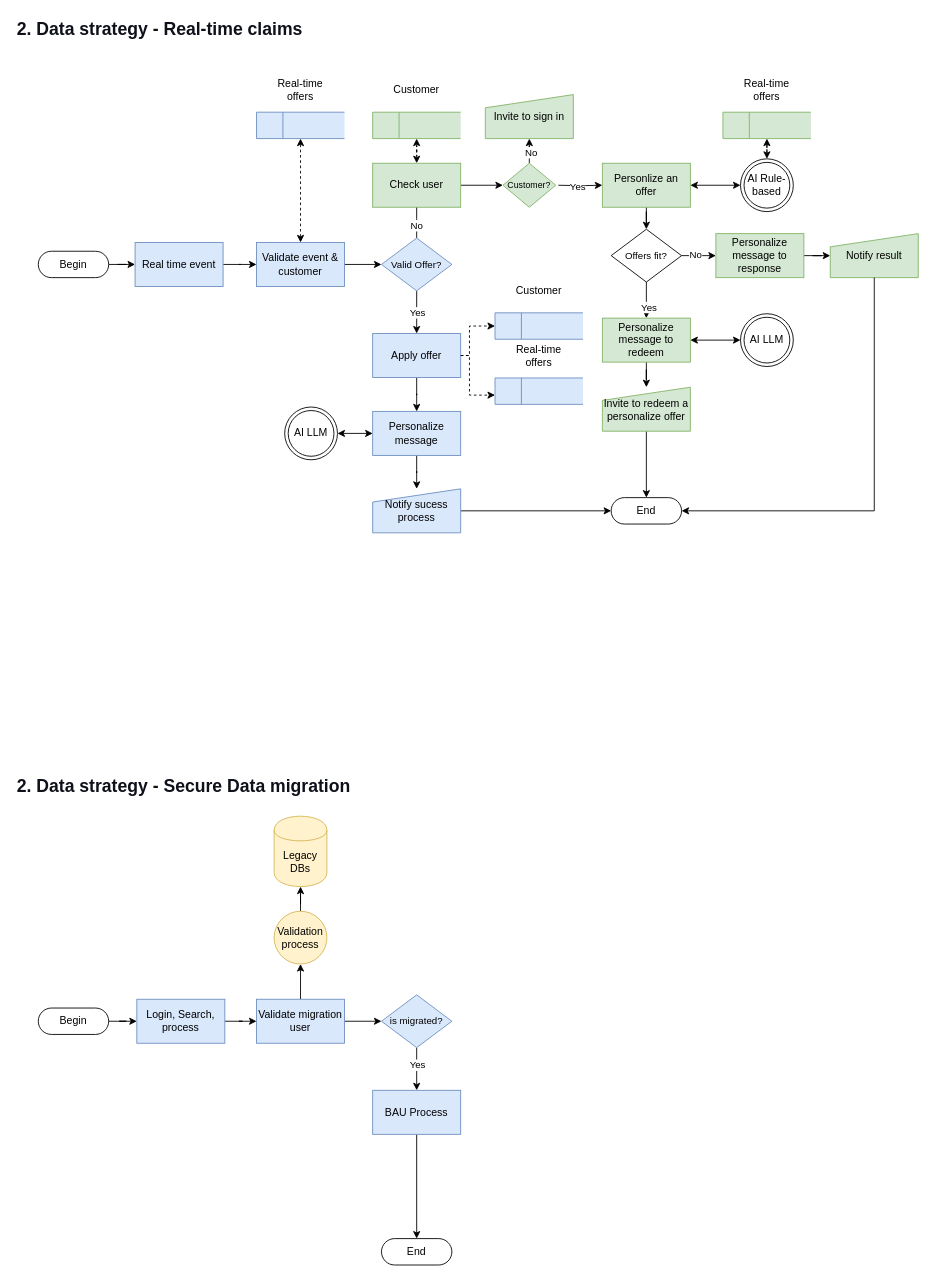
This is page "2. Data strategy" (2 of 7) of SaaS.drawio from fhermq/diagrams, a draw.io file, before an edit. Source tidied: cells renumbered, new cells numbered last; positions are measured from the earlier drawing's top-left corner, leaving out a move shared by most shapes. Both pictures are drawn from the tidied source at 88%, with x=0, y=0 at pixel (15, 15).
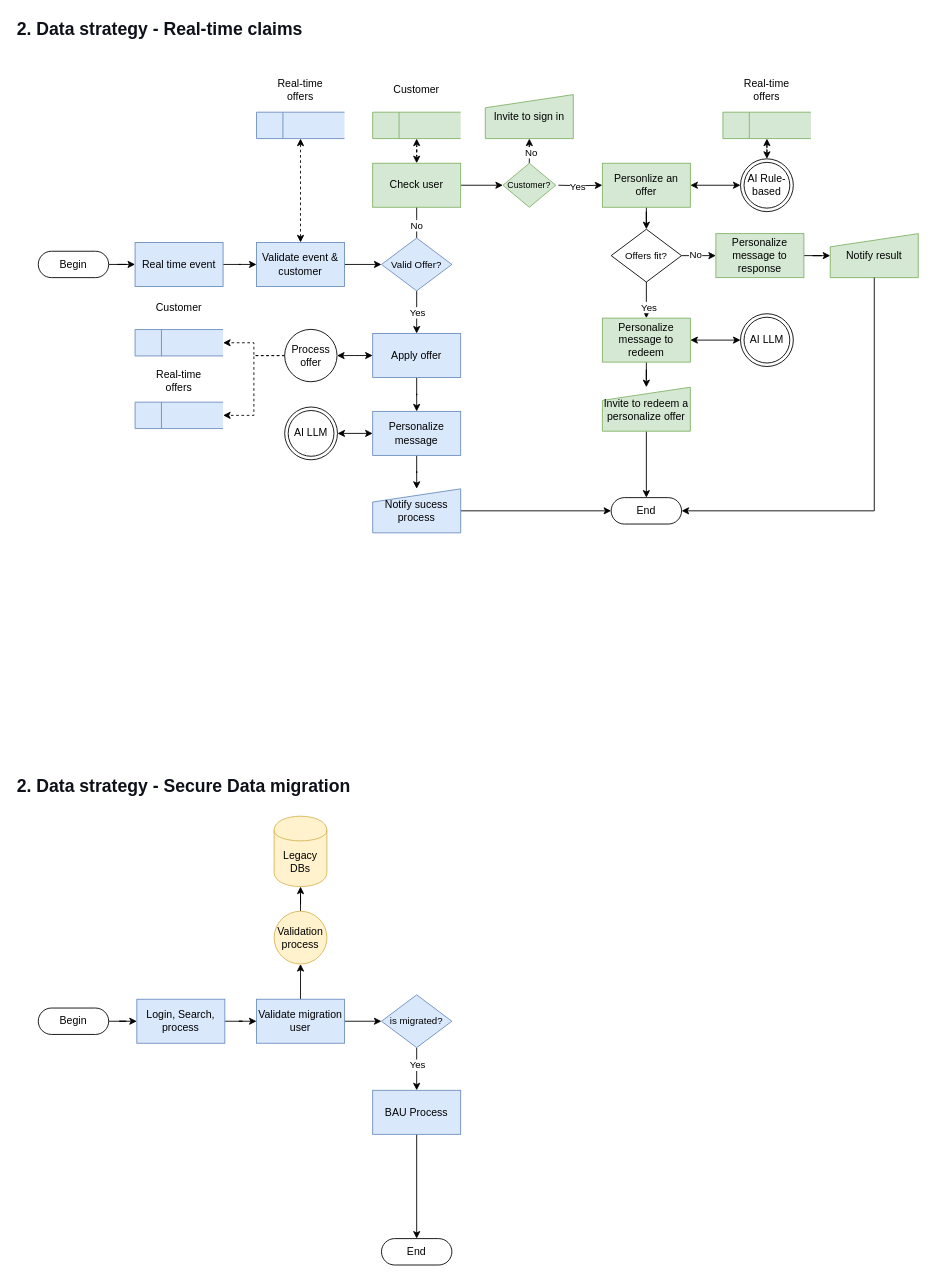
After the change.

Unchanged cells that the change refers to:
```xml
<mxCell id="45" value="Apply offer" style="html=1;dashed=0;whiteSpace=wrap;fillColor=#dae8fc;strokeColor=#6c8ebf;" parent="1" vertex="1">
  <mxGeometry x="406" y="361.5" width="100" height="50" as="geometry" />
</mxCell>
<mxCell id="57" style="html=1;dashed=0;whiteSpace=wrap;shape=mxgraph.dfd.dataStoreID;align=left;spacingLeft=3;points=[[0,0],[0.5,0],[1,0],[0,0.5],[1,0.5],[0,1],[0.5,1],[1,1]];fillColor=#dae8fc;strokeColor=#6c8ebf;" parent="56" vertex="1">
  <mxGeometry y="40" width="100" height="30" as="geometry" />
</mxCell>
<mxCell id="60" style="html=1;dashed=0;whiteSpace=wrap;shape=mxgraph.dfd.dataStoreID;align=left;spacingLeft=3;points=[[0,0],[0.5,0],[1,0],[0,0.5],[1,0.5],[0,1],[0.5,1],[1,1]];fillColor=#dae8fc;strokeColor=#6c8ebf;" parent="59" vertex="1">
  <mxGeometry y="40" width="100" height="30" as="geometry" />
</mxCell>
```

The edit, as a diff of the source:
```diff
@@
-    <mxCell id="43" style="edgeStyle=orthogonalEdgeStyle;rounded=0;jettySize=auto;html=1;dashed=1;" parent="1" edge="1" source="45" target="60">
-      <mxGeometry relative="1" as="geometry">
-        <Array as="points">
-          <mxPoint x="516" y="387" />
-          <mxPoint x="516" y="353" />
-        </Array>
-      </mxGeometry>
-    </mxCell>
@@
+    <mxCell id="90" style="edgeStyle=orthogonalEdgeStyle;rounded=0;jettySize=auto;html=1;startArrow=classic;startFill=1;" parent="1" edge="1" source="45" target="93">
+      <mxGeometry relative="1" as="geometry" />
+    </mxCell>
@@
     <mxCell id="55" style="group;" parent="1" vertex="1">
-      <mxGeometry x="545" y="372" width="100" height="70" as="geometry" />
+      <mxGeometry x="136" y="399.5" width="100" height="70" as="geometry" />
     </mxCell>
@@
     <mxCell id="59" style="group;" parent="1" vertex="1">
-      <mxGeometry x="545" y="298" width="100" height="70" as="geometry" />
+      <mxGeometry x="136" y="317" width="100" height="70" as="geometry" />
     </mxCell>
@@
-    <mxCell id="62" style="edgeStyle=orthogonalEdgeStyle;rounded=0;jettySize=auto;html=1;entryX=0;entryY=0.65;entryDx=0;entryDy=0;entryPerimeter=0;dashed=1;" parent="1" edge="1" source="45" target="57">
-      <mxGeometry relative="1" as="geometry">
-        <Array as="points">
-          <mxPoint x="516" y="387" />
-          <mxPoint x="516" y="431" />
-        </Array>
-      </mxGeometry>
-    </mxCell>
@@
+    <mxCell id="91" style="edgeStyle=orthogonalEdgeStyle;rounded=0;jettySize=auto;html=1;dashed=1;" parent="1" edge="1" source="93" target="60">
+      <mxGeometry relative="1" as="geometry" />
+    </mxCell>
+    <mxCell id="92" style="edgeStyle=orthogonalEdgeStyle;rounded=0;jettySize=auto;html=1;entryX=1;entryY=0.5;entryDx=0;entryDy=0;dashed=1;" parent="1" edge="1" source="93" target="57">
+      <mxGeometry relative="1" as="geometry" />
+    </mxCell>
+    <mxCell id="93" value="Process offer" style="shape=ellipse;html=1;dashed=0;whiteSpace=wrap;perimeter=ellipsePerimeter;" parent="1" vertex="1">
+      <mxGeometry x="306" y="356.8" width="59.5" height="59.5" as="geometry" />
+    </mxCell>
```
